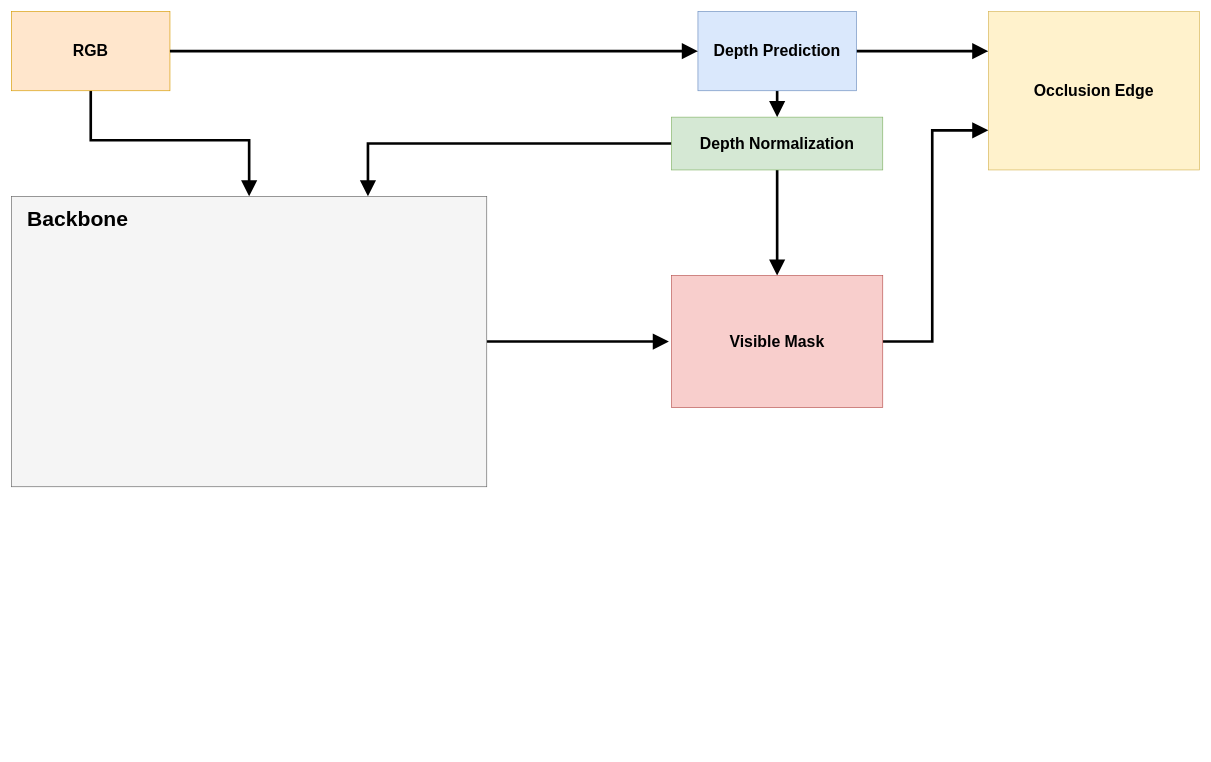
The draw.io diagram results/pipeline.drawio in JingchengYang4/DAIS, before the edit. Source tidied: cells renumbered, new cells numbered last; positions are measured from the earlier drawing's top-left corner, leaving out a move shared by most shapes. Both pictures are drawn from the tidied source at 66%, with x=0, y=0 at pixel (11, 11).
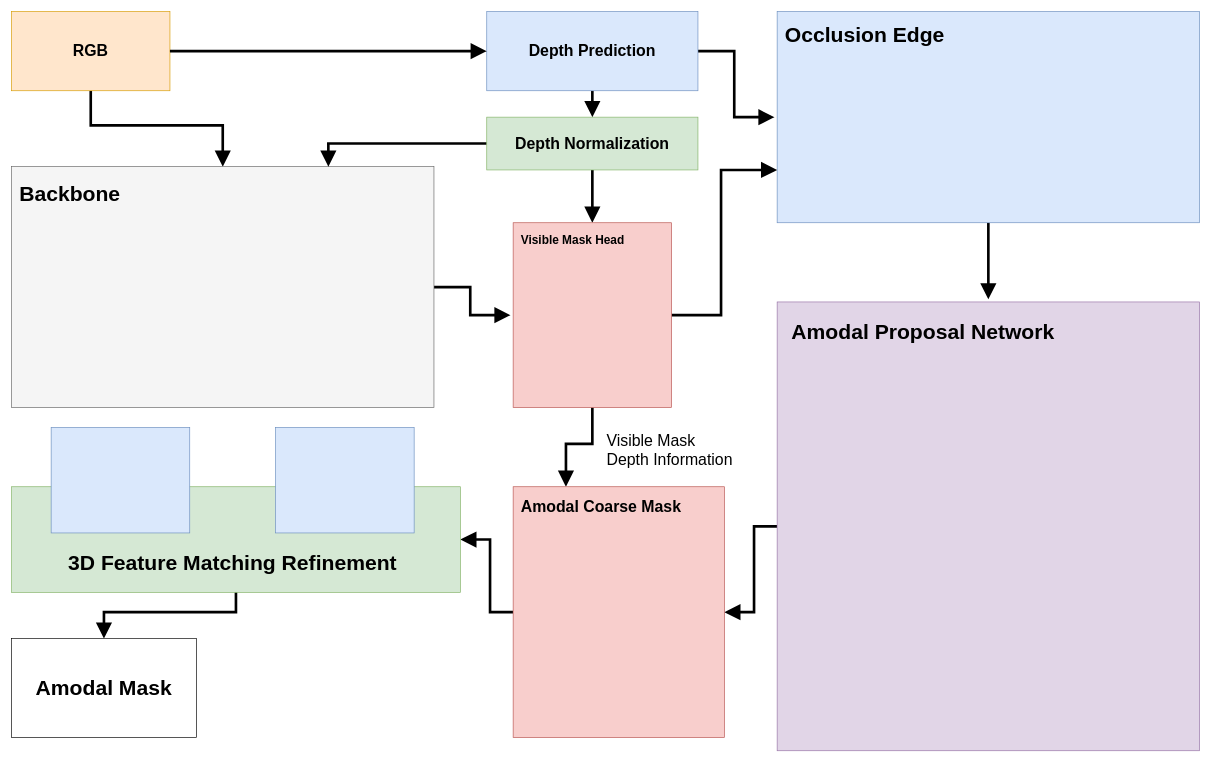
The same diagram, later.

Change to the diagram source:
```diff
@@
-    <mxCell id="5" style="edgeStyle=orthogonalEdgeStyle;rounded=0;jumpSize=6;jettySize=auto;html=1;entryX=0;entryY=0.25;entryDx=0;entryDy=0;strokeColor=default;strokeWidth=4;fontSize=24;endArrow=block;endFill=1;startSize=4;endSize=14;targetPerimeterSpacing=4;elbow=vertical;" parent="1" edge="1" source="6" target="14">
+    <mxCell id="5" style="edgeStyle=orthogonalEdgeStyle;rounded=0;jumpSize=6;jettySize=auto;html=1;exitX=1;exitY=0.5;exitDx=0;exitDy=0;strokeColor=default;strokeWidth=4;fontSize=32;endArrow=block;endFill=1;startSize=4;endSize=14;targetPerimeterSpacing=4;elbow=vertical;" parent="1" edge="1" source="6" target="14">
       <mxGeometry relative="1" as="geometry" />
     </mxCell>
     <mxCell id="6" value="&lt;font size=&quot;5&quot;&gt;&lt;b&gt;Depth Prediction&lt;/b&gt;&lt;/font&gt;" style="rounded=0;whiteSpace=wrap;html=1;fillColor=#dae8fc;strokeColor=#6c8ebf;" parent="1" vertex="1">
-      <mxGeometry x="1040" width="240" height="120" as="geometry" />
+      <mxGeometry x="720" width="320" height="120" as="geometry" />
     </mxCell>
@@
     <mxCell id="9" style="rounded=0;whiteSpace=wrap;html=1;fillColor=#f5f5f5;strokeColor=#666666;fontColor=#333333;" parent="1" vertex="1">
-      <mxGeometry y="280" width="720" height="440" as="geometry" />
+      <mxGeometry y="235" width="640" height="365" as="geometry" />
     </mxCell>
-    <mxCell id="10" value="&lt;b&gt;&lt;font style=&quot;font-size: 32px;&quot;&gt;Backbone&lt;/font&gt;&lt;/b&gt;" style="text;html=1;align=center;verticalAlign=middle;strokeColor=none;fillColor=none;fontSize=24;" parent="1" vertex="1">
-      <mxGeometry x="10" y="290" width="180" height="50" as="geometry" />
+    <mxCell id="10" value="&lt;b&gt;&lt;font style=&quot;font-size: 32px;&quot;&gt;Backbone&lt;/font&gt;&lt;/b&gt;" style="text;html=1;align=left;verticalAlign=top;strokeColor=none;fillColor=none;fontSize=24;" parent="1" vertex="1">
+      <mxGeometry x="10" y="250" width="180" height="50" as="geometry" />
     </mxCell>
@@
     <mxCell id="13" value="&lt;font size=&quot;5&quot;&gt;&lt;b&gt;Depth Normalization&lt;/b&gt;&lt;/font&gt;" style="rounded=0;whiteSpace=wrap;html=1;fillColor=#d5e8d4;strokeColor=#82b366;" parent="1" vertex="1">
-      <mxGeometry x="1000" y="160" width="320" height="80" as="geometry" />
+      <mxGeometry x="720" y="160" width="320" height="80" as="geometry" />
     </mxCell>
+    <mxCell id="17" style="edgeStyle=orthogonalEdgeStyle;rounded=0;jumpSize=6;jettySize=auto;html=1;strokeColor=default;strokeWidth=4;fontSize=32;endArrow=block;endFill=1;startSize=4;endSize=14;targetPerimeterSpacing=4;elbow=vertical;" parent="1" edge="1" source="14" target="20">
+      <mxGeometry relative="1" as="geometry" />
+    </mxCell>
-    <mxCell id="14" value="&lt;b&gt;Occlusion Edge&lt;/b&gt;" style="rounded=0;whiteSpace=wrap;html=1;fontSize=24;fillColor=#fff2cc;strokeColor=#d6b656;" parent="1" vertex="1">
-      <mxGeometry x="1480" width="320" height="240" as="geometry" />
+    <mxCell id="14" style="rounded=0;whiteSpace=wrap;html=1;fontSize=24;fillColor=#dae8fc;strokeColor=#6c8ebf;" parent="1" vertex="1">
+      <mxGeometry x="1160" width="640" height="320" as="geometry" />
     </mxCell>
-    <mxCell id="15" style="edgeStyle=orthogonalEdgeStyle;rounded=0;jumpSize=6;jettySize=auto;html=1;exitX=1;exitY=0.5;exitDx=0;exitDy=0;entryX=0;entryY=0.75;entryDx=0;entryDy=0;strokeColor=default;strokeWidth=4;fontSize=24;endArrow=block;endFill=1;startSize=4;endSize=14;targetPerimeterSpacing=4;elbow=vertical;" parent="1" edge="1" source="16" target="14">
+    <mxCell id="15" style="edgeStyle=orthogonalEdgeStyle;rounded=0;jumpSize=6;jettySize=auto;html=1;exitX=1;exitY=0.5;exitDx=0;exitDy=0;entryX=0;entryY=0.75;entryDx=0;entryDy=0;strokeColor=default;strokeWidth=4;fontSize=32;endArrow=block;endFill=1;startSize=4;endSize=14;targetPerimeterSpacing=4;elbow=vertical;" parent="1" edge="1" source="16" target="14">
       <mxGeometry relative="1" as="geometry" />
     </mxCell>
+    <mxCell id="18" style="edgeStyle=orthogonalEdgeStyle;rounded=0;jumpSize=6;jettySize=auto;html=1;entryX=0.25;entryY=0;entryDx=0;entryDy=0;strokeColor=default;strokeWidth=4;fontSize=24;endArrow=block;endFill=1;startSize=4;endSize=14;targetPerimeterSpacing=4;elbow=vertical;" parent="1" edge="1" source="16" target="25">
+      <mxGeometry relative="1" as="geometry" />
+    </mxCell>
-    <mxCell id="16" value="&lt;b&gt;Visible Mask&lt;/b&gt;" style="rounded=0;whiteSpace=wrap;html=1;fontSize=24;fillColor=#f8cecc;strokeColor=#b85450;" parent="1" vertex="1">
-      <mxGeometry x="1000" y="400" width="320" height="200" as="geometry" />
+    <mxCell id="16" style="rounded=0;whiteSpace=wrap;html=1;fontSize=24;fillColor=#f8cecc;strokeColor=#b85450;" parent="1" vertex="1">
+      <mxGeometry x="760" y="320" width="240" height="280" as="geometry" />
     </mxCell>
+    <mxCell id="19" style="edgeStyle=orthogonalEdgeStyle;rounded=0;jumpSize=6;jettySize=auto;html=1;exitX=0;exitY=0.5;exitDx=0;exitDy=0;entryX=1;entryY=0.5;entryDx=0;entryDy=0;strokeColor=default;strokeWidth=4;fontSize=24;endArrow=block;endFill=1;startSize=4;endSize=14;targetPerimeterSpacing=4;elbow=vertical;" parent="1" edge="1" source="20" target="25">
+      <mxGeometry relative="1" as="geometry" />
+    </mxCell>
+    <mxCell id="20" style="whiteSpace=wrap;html=1;fontSize=24;fillColor=#e1d5e7;strokeColor=#9673a6;rounded=0;" parent="1" vertex="1">
+      <mxGeometry x="1160" y="440" width="640" height="680" as="geometry" />
+    </mxCell>
+    <mxCell id="21" value="&lt;b&gt;&lt;font style=&quot;font-size: 32px;&quot;&gt;Occlusion Edge&lt;/font&gt;&lt;/b&gt;" style="text;html=1;align=left;verticalAlign=top;strokeColor=none;fillColor=none;fontSize=24;" parent="1" vertex="1">
+      <mxGeometry x="1170" y="10" width="270" height="50" as="geometry" />
+    </mxCell>
+    <mxCell id="22" value="&lt;b&gt;&lt;font style=&quot;font-size: 32px;&quot;&gt;Amodal Proposal Network&lt;/font&gt;&lt;/b&gt;" style="text;html=1;align=left;verticalAlign=top;strokeColor=none;fillColor=none;fontSize=24;" parent="1" vertex="1">
+      <mxGeometry x="1180" y="460" width="420" height="50" as="geometry" />
+    </mxCell>
+    <mxCell id="23" value="&lt;b style=&quot;font-size: 18px;&quot;&gt;&lt;font style=&quot;font-size: 18px;&quot;&gt;Visible Mask Head&lt;/font&gt;&lt;/b&gt;" style="text;html=1;align=left;verticalAlign=top;strokeColor=none;fillColor=none;fontSize=18;" parent="1" vertex="1">
+      <mxGeometry x="770" y="330" width="180" height="30" as="geometry" />
+    </mxCell>
+    <mxCell id="24" style="edgeStyle=orthogonalEdgeStyle;rounded=0;jumpSize=6;jettySize=auto;html=1;entryX=1;entryY=0.5;entryDx=0;entryDy=0;strokeColor=default;strokeWidth=4;fontSize=24;endArrow=block;endFill=1;startSize=4;endSize=14;targetPerimeterSpacing=4;elbow=vertical;" parent="1" edge="1" source="25" target="29">
+      <mxGeometry relative="1" as="geometry" />
+    </mxCell>
+    <mxCell id="25" style="rounded=0;whiteSpace=wrap;html=1;fontSize=18;fillColor=#f8cecc;strokeColor=#b85450;" parent="1" vertex="1">
+      <mxGeometry x="760" y="720" width="320" height="380" as="geometry" />
+    </mxCell>
+    <mxCell id="26" value="&lt;b style=&quot;font-size: 24px;&quot;&gt;&lt;font style=&quot;font-size: 24px;&quot;&gt;Amodal Coarse Mask&lt;/font&gt;&lt;/b&gt;" style="text;html=1;align=left;verticalAlign=top;strokeColor=none;fillColor=none;fontSize=24;" parent="1" vertex="1">
+      <mxGeometry x="770" y="730" width="270" height="40" as="geometry" />
+    </mxCell>
+    <mxCell id="27" value="Visible Mask&lt;br&gt;Depth Information" style="text;html=1;align=left;verticalAlign=middle;strokeColor=none;fillColor=none;fontSize=24;" parent="1" vertex="1">
+      <mxGeometry x="900" y="630" width="210" height="70" as="geometry" />
+    </mxCell>
+    <mxCell id="28" style="edgeStyle=orthogonalEdgeStyle;rounded=0;jumpSize=6;jettySize=auto;html=1;entryX=0.5;entryY=0;entryDx=0;entryDy=0;strokeColor=default;strokeWidth=4;fontSize=32;endArrow=block;endFill=1;startSize=4;endSize=14;targetPerimeterSpacing=4;elbow=vertical;" parent="1" edge="1" source="29" target="33">
+      <mxGeometry relative="1" as="geometry" />
+    </mxCell>
+    <mxCell id="29" style="rounded=0;whiteSpace=wrap;html=1;fontSize=24;fillColor=#d5e8d4;strokeColor=#82b366;" parent="1" vertex="1">
+      <mxGeometry y="720" width="680" height="160" as="geometry" />
+    </mxCell>
+    <mxCell id="30" style="rounded=0;whiteSpace=wrap;html=1;fontSize=24;fillColor=#dae8fc;strokeColor=#6c8ebf;" parent="1" vertex="1">
+      <mxGeometry x="60" y="630" width="210" height="160" as="geometry" />
+    </mxCell>
+    <mxCell id="31" style="rounded=0;whiteSpace=wrap;html=1;fontSize=24;fillColor=#dae8fc;strokeColor=#6c8ebf;" parent="1" vertex="1">
+      <mxGeometry x="400" y="630" width="210" height="160" as="geometry" />
+    </mxCell>
+    <mxCell id="32" value="&lt;font size=&quot;6&quot;&gt;3D Feature Matching&amp;nbsp;Refinement&lt;/font&gt;" style="text;html=1;strokeColor=none;fillColor=none;align=center;verticalAlign=middle;whiteSpace=wrap;rounded=0;fontSize=24;fontStyle=1;" parent="1" vertex="1">
+      <mxGeometry x="10" y="800" width="650" height="70" as="geometry" />
+    </mxCell>
+    <mxCell id="33" value="&lt;b&gt;Amodal Mask&lt;/b&gt;" style="whiteSpace=wrap;html=1;fontSize=32;" parent="1" vertex="1">
+      <mxGeometry y="950" width="280" height="150" as="geometry" />
+    </mxCell>
```
